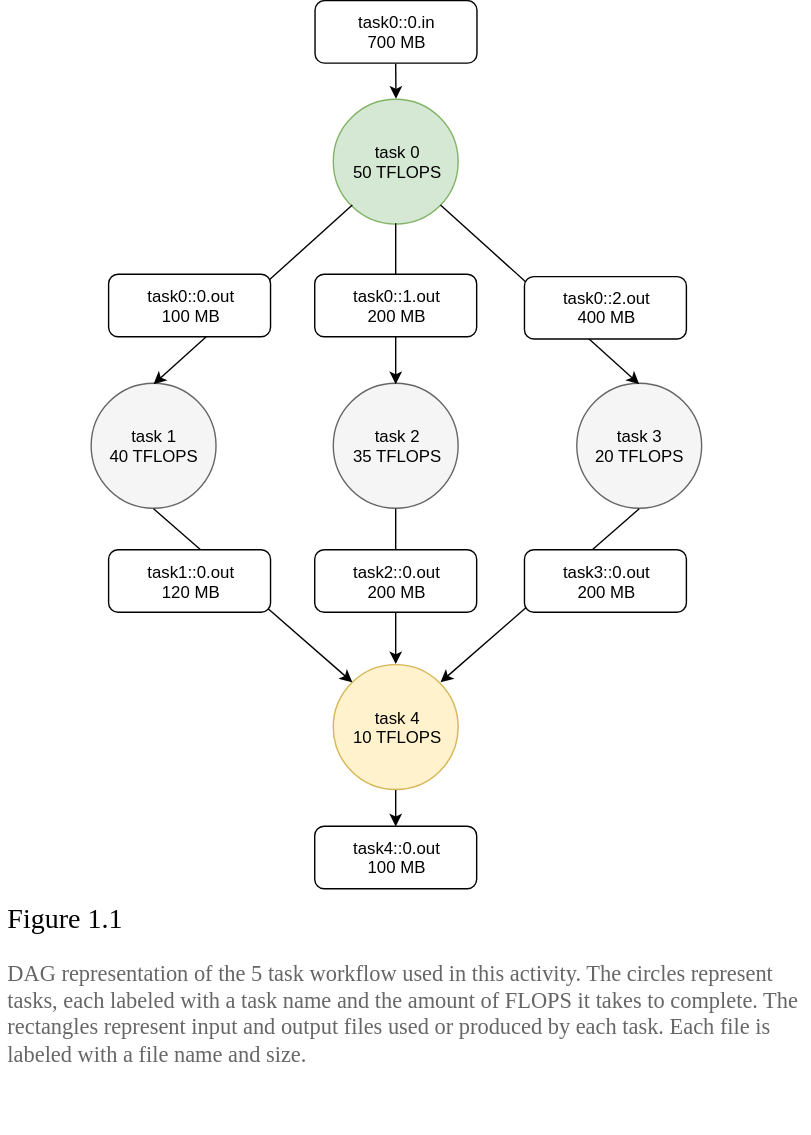
Before: docs/public/img/activity_1/workflow.svg, a diagram exported from draw.io (wrench-project/wrench-pedagogic-modules). Source tidied: cells renumbered, new cells last; positions are measured from the earlier drawing's top-left corner, leaving out a move shared by most shapes.
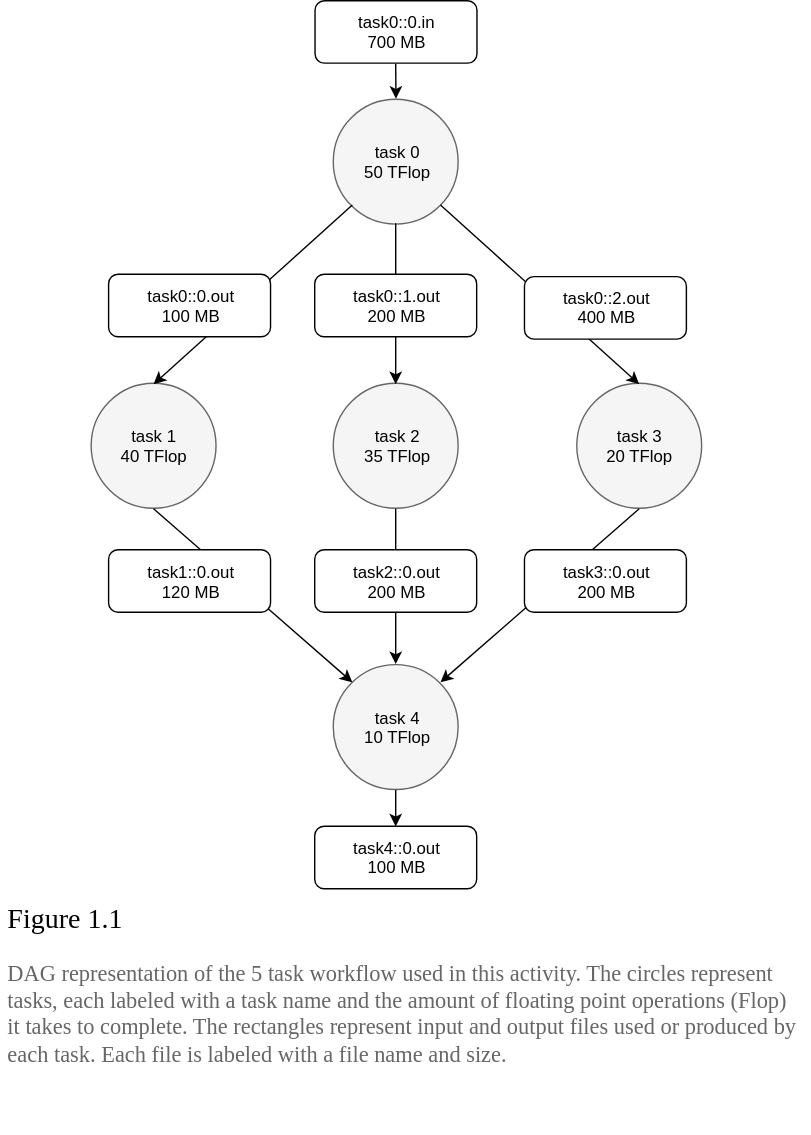
After the commit.

Commit message:
fixed hostnames and Flop usage in activity1

What changed in the source:
```diff
@@ -1,29 +1,29 @@
-<mxGraphModel>
+<mxGraphModel background="#ffffff">
   <root>
     <mxCell id="0" />
     <mxCell id="1" parent="0" />
     <mxCell id="2" style="group;" parent="1" vertex="1">
       <mxGeometry width="578" height="809.5" as="geometry" />
     </mxCell>
-    <mxCell id="3" value="&lt;h1&gt;&lt;font face=&quot;Garamond&quot; style=&quot;font-size: 20px ; font-weight: normal&quot;&gt;Figure 1.1&lt;/font&gt;&lt;/h1&gt;&lt;p&gt;&lt;font style=&quot;font-size: 16px&quot; face=&quot;Garamond&quot; color=&quot;#666666&quot;&gt;DAG representation of the 5 task workflow used in this activity. The circles represent tasks, each labeled with a task name and the amount of FLOPS it takes to complete. The rectangles represent input and output files used or produced by each task. Each file is labeled with a file name and size.&amp;nbsp;&lt;/font&gt;&lt;/p&gt;" style="text;html=1;strokeColor=none;fillColor=none;spacing=5;spacingTop=-20;whiteSpace=wrap;overflow=hidden;rounded=0;" parent="2" vertex="1">
+    <mxCell id="3" value="&lt;h1&gt;&lt;font face=&quot;Garamond&quot; style=&quot;font-size: 20px ; font-weight: normal&quot;&gt;Figure 1.1&lt;/font&gt;&lt;/h1&gt;&lt;p&gt;&lt;font style=&quot;font-size: 16px&quot; face=&quot;Garamond&quot; color=&quot;#666666&quot;&gt;DAG representation of the 5 task workflow used in this activity. The circles represent tasks, each labeled with a task name and the amount of floating point operations (Flop)&amp;nbsp; it takes to complete. The rectangles represent input and output files used or produced by each task. Each file is labeled with a file name and size.&amp;nbsp;&lt;/font&gt;&lt;/p&gt;" style="text;html=1;strokeColor=none;fillColor=none;spacing=5;spacingTop=-20;whiteSpace=wrap;overflow=hidden;rounded=0;" parent="2" vertex="1">
       <mxGeometry y="634.5" width="578" height="175" as="geometry" />
     </mxCell>
     <mxCell id="4" style="group;" parent="2" vertex="1">
       <mxGeometry x="64" y="70" width="450" height="580" as="geometry" />
     </mxCell>
-    <mxCell id="5" value="task 0&lt;br&gt;50 TFLOPS&lt;br&gt;" style="ellipse;whiteSpace=wrap;html=1;fillColor=#d5e8d4;strokeColor=#82b366;" parent="4" vertex="1">
+    <mxCell id="5" value="task 0&lt;br&gt;50 TFlop&lt;br&gt;" style="ellipse;whiteSpace=wrap;html=1;fillColor=#f5f5f5;strokeColor=#666666;" parent="4" vertex="1">
       <mxGeometry x="173.6" width="89.2" height="89.2" as="geometry" />
     </mxCell>
-    <mxCell id="6" value="task 3&lt;br&gt;20 TFLOPS&lt;br&gt;" style="ellipse;whiteSpace=wrap;html=1;fillColor=#f5f5f5;strokeColor=#666666;" parent="4" vertex="1">
+    <mxCell id="6" value="task 3&lt;br&gt;20 TFlop&lt;br&gt;" style="ellipse;whiteSpace=wrap;html=1;fillColor=#f5f5f5;strokeColor=#666666;" parent="4" vertex="1">
       <mxGeometry x="347.1" y="203.6" width="89.2" height="89.2" as="geometry" />
     </mxCell>
-    <mxCell id="7" value="task 1&lt;br&gt;40 TFLOPS&lt;br&gt;" style="ellipse;whiteSpace=wrap;html=1;fillColor=#f5f5f5;strokeColor=#666666;" parent="4" vertex="1">
+    <mxCell id="7" value="task 1&lt;br&gt;40 TFlop&lt;br&gt;" style="ellipse;whiteSpace=wrap;html=1;fillColor=#f5f5f5;strokeColor=#666666;" parent="4" vertex="1">
       <mxGeometry y="203.6" width="89.2" height="89.2" as="geometry" />
     </mxCell>
-    <mxCell id="8" value="task 4&lt;br&gt;10 TFLOPS&lt;br&gt;" style="ellipse;whiteSpace=wrap;html=1;fillColor=#fff2cc;strokeColor=#d6b656;" parent="4" vertex="1">
+    <mxCell id="8" value="task 4&lt;br&gt;10 TFlop&lt;br&gt;" style="ellipse;whiteSpace=wrap;html=1;fillColor=#f5f5f5;strokeColor=#666666;" parent="4" vertex="1">
       <mxGeometry x="173.6" y="404.3" width="89.2" height="89.2" as="geometry" />
     </mxCell>
-    <mxCell id="9" value="task 2&lt;br&gt;35 TFLOPS&lt;br&gt;" style="ellipse;whiteSpace=wrap;html=1;fillColor=#f5f5f5;strokeColor=#666666;" parent="4" vertex="1">
+    <mxCell id="9" value="task 2&lt;br&gt;35 TFlop&lt;br&gt;" style="ellipse;whiteSpace=wrap;html=1;fillColor=#f5f5f5;strokeColor=#666666;" parent="4" vertex="1">
       <mxGeometry x="173.6" y="203.6" width="89.2" height="89.2" as="geometry" />
     </mxCell>
     <mxCell id="10" style="endArrow=classic;html=1;exitX=0;exitY=1;entryX=0.5;entryY=0;" parent="4" edge="1" source="5" target="7">
```
